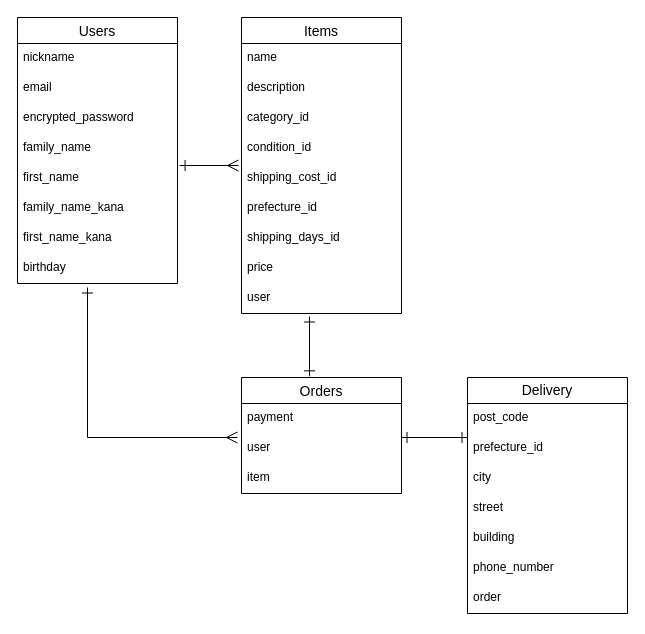
Before: app/furima.dio in lazykapo/furima-40874, a draw.io diagram. Source tidied: cells renumbered, new cells numbered last; positions are measured from the earlier drawing's top-left corner, leaving out a move shared by most shapes. Both pictures are drawn from the tidied source at 100%, with x=0, y=0 at pixel (17, 17).
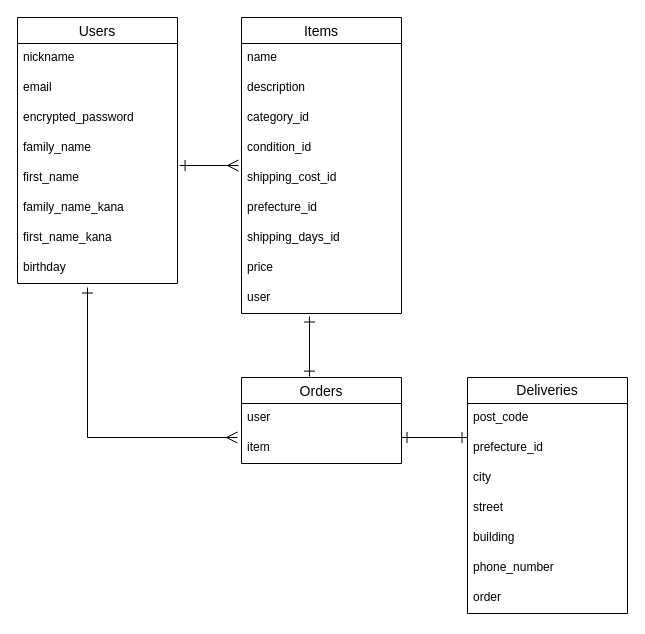
Above is the later version.

Commit message (it also covers changes not shown here):
ER図・DB設計作成(再提出)

Diff of the diagram source:
```diff
@@
     <mxCell id="21" value="Orders" style="swimlane;fontStyle=0;horizontal=1;startSize=26;align=center;fontSize=14;" parent="1" vertex="1">
-      <mxGeometry x="224" y="360" width="160" height="116" as="geometry" />
+      <mxGeometry x="224" y="360" width="160" height="86" as="geometry" />
     </mxCell>
-    <mxCell id="22" value="payment" style="text;strokeColor=none;fillColor=none;spacingLeft=4;spacingRight=4;overflow=hidden;fontSize=12;" parent="21" vertex="1">
-      <mxGeometry y="26" width="160" height="30" as="geometry" />
-    </mxCell>
     <mxCell id="23" value="user" style="text;strokeColor=none;fillColor=none;spacingLeft=4;spacingRight=4;overflow=hidden;fontSize=12;" parent="21" vertex="1">
-      <mxGeometry y="56" width="160" height="30" as="geometry" />
+      <mxGeometry y="26" width="160" height="30" as="geometry" />
     </mxCell>
     <mxCell id="24" value="item" style="text;strokeColor=none;fillColor=none;spacingLeft=4;spacingRight=4;overflow=hidden;fontSize=12;fontColor=default;" parent="21" vertex="1">
-      <mxGeometry y="86" width="160" height="30" as="geometry" />
+      <mxGeometry y="56" width="160" height="30" as="geometry" />
     </mxCell>
-    <mxCell id="25" value="Delivery" style="swimlane;fontStyle=0;horizontal=1;startSize=26;align=center;fontSize=14;whiteSpace=wrap;" parent="1" vertex="1">
+    <mxCell id="25" value="Deliveries" style="swimlane;fontStyle=0;horizontal=1;startSize=26;align=center;fontSize=14;whiteSpace=wrap;" parent="1" vertex="1">
       <mxGeometry x="450" y="360" width="160" height="236" as="geometry" />
     </mxCell>
```
